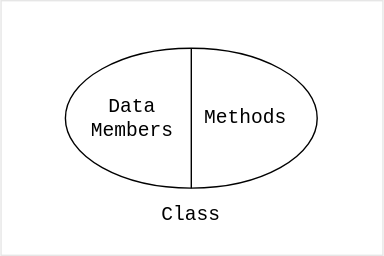
datkumar/code-journal keeps this draw.io diagram as public/diagrams/encapsulation.svg. Above is the earlier version. Source tidied: cells renumbered, new cells last; positions are measured from the earlier drawing's top-left corner, leaving out a move shared by most shapes.
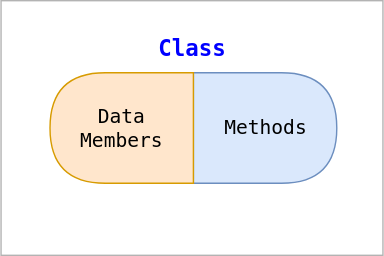
The same file after the commit.

Change to the diagram source:
```diff
@@ -2,20 +2,17 @@
   <root>
     <mxCell id="0" />
     <mxCell id="1" parent="0" />
-    <mxCell id="2" style="rounded=1;whiteSpace=wrap;html=1;arcSize=0;strokeColor=#E6E6E6;" parent="1" vertex="1">
-      <mxGeometry width="273" height="182" as="geometry" />
+    <mxCell id="2" style="rounded=1;whiteSpace=wrap;html=1;arcSize=0;fontFamily=monospace;strokeColor=light-dark(#B3B3B3,#B3B3B3);fontColor=light-dark(#000000,#000000);fillColor=light-dark(#FFFFFF,#FFFFFF);" parent="1" vertex="1">
+      <mxGeometry x="-24" y="7" width="273" height="182" as="geometry" />
     </mxCell>
-    <mxCell id="3" style="shape=lineEllipse;perimeter=ellipsePerimeter;whiteSpace=wrap;html=1;backgroundOutline=1;direction=south;fontFamily=Courier New;fontSize=14;" parent="1" vertex="1">
-      <mxGeometry x="46" y="34" width="180" height="100" as="geometry" />
-    </mxCell>
+    <mxCell id="6" value="&lt;div style=&quot;font-size: 14px;&quot;&gt;Methods&lt;/div&gt;" style="shape=delay;whiteSpace=wrap;html=1;direction=east;align=center;fillColor=light-dark(#DAE8FC,#DAE8FC);strokeColor=#6c8ebf;fontFamily=monospace;fontColor=light-dark(#000000,#000000);fillStyle=solid;fontStyle=0;" parent="1" vertex="1">
+      <mxGeometry x="113.5" y="58.5" width="102.5" height="79" as="geometry" />
+    </mxCell>
+    <mxCell id="5" value="&lt;div style=&quot;font-size: 14px;&quot;&gt;Data&lt;/div&gt;&lt;div style=&quot;font-size: 14px;&quot;&gt;Members&lt;/div&gt;" style="shape=delay;whiteSpace=wrap;html=1;direction=west;align=center;fillColor=light-dark(#FFE6CC,#FFE6CC);strokeColor=#d79b00;fontFamily=monospace;fontColor=light-dark(#000000,#000000);fontStyle=0;" parent="1" vertex="1">
+      <mxGeometry x="11" y="58.5" width="102.5" height="79" as="geometry" />
+    </mxCell>
-    <mxCell id="4" value="Class" style="text;html=1;align=center;verticalAlign=middle;whiteSpace=wrap;rounded=0;fontFamily=Courier New;fontSize=14;" parent="1" vertex="1">
-      <mxGeometry x="106" y="141" width="60" height="23" as="geometry" />
+    <mxCell id="4" value="&lt;b&gt;Class&lt;/b&gt;" style="text;html=1;align=center;verticalAlign=middle;whiteSpace=wrap;rounded=0;fontFamily=monospace;fontSize=16;fontColor=light-dark(#0000FF,#0000FF);" parent="1" vertex="1">
+      <mxGeometry x="82.5" y="29.5" width="60" height="23" as="geometry" />
     </mxCell>
-    <mxCell id="5" value="&lt;div&gt;Data&lt;/div&gt;&lt;div&gt;Members&lt;br&gt;&lt;/div&gt;" style="text;html=1;align=center;verticalAlign=middle;whiteSpace=wrap;rounded=0;fontFamily=Courier New;fontSize=14;" parent="1" vertex="1">
-      <mxGeometry x="64" y="69" width="60" height="30" as="geometry" />
-    </mxCell>
-    <mxCell id="6" value="Methods" style="text;html=1;align=center;verticalAlign=middle;whiteSpace=wrap;rounded=0;fontFamily=Courier New;fontSize=14;" parent="1" vertex="1">
-      <mxGeometry x="145" y="69" width="60" height="30" as="geometry" />
-    </mxCell>
   </root>
 </mxGraphModel>
```
